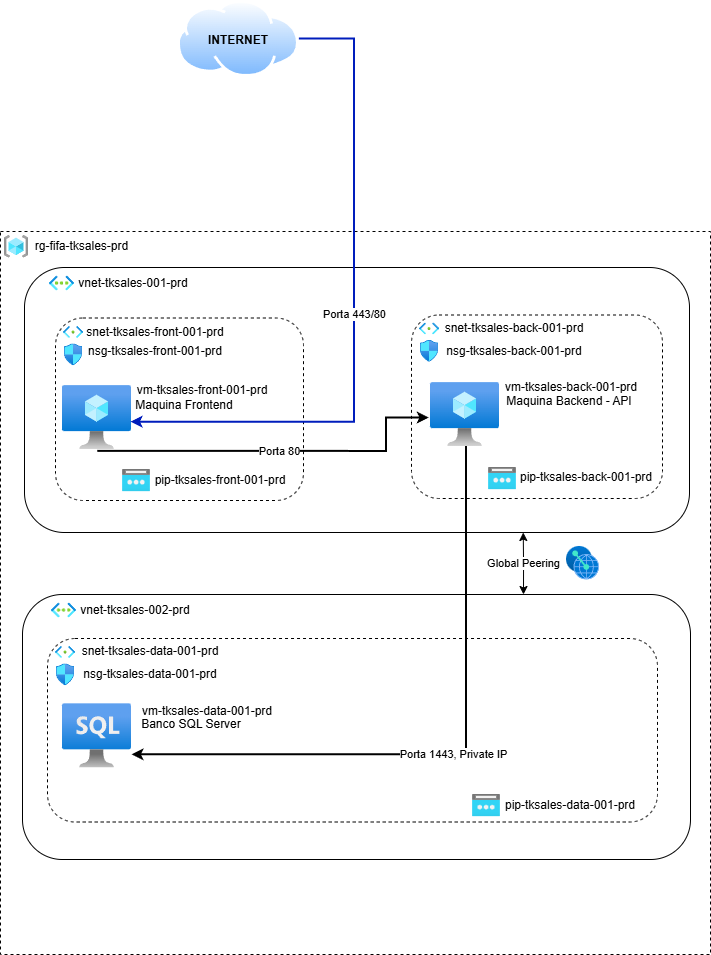
The draw.io diagram Arquitetura Projeto/Arquitetura Copa do Mundo Azure TFTEC 2026.drawio.png in Passos-Gabriel/Copa-Azure-TFTEC-2026, before a commit. Source tidied: cells renumbered, new cells last; positions are measured from the earlier drawing's top-left corner, leaving out a move shared by most shapes. The source it was exported from:
```xml
<mxGraphModel>
  <root>
    <mxCell id="0" />
    <mxCell id="1" parent="0" />
    <mxCell id="2" style="rounded=0;whiteSpace=wrap;html=1;dashed=1;fillColor=none;" parent="1" vertex="1">
      <mxGeometry y="231" width="710" height="723" as="geometry" />
    </mxCell>
    <mxCell id="3" style="rounded=1;whiteSpace=wrap;html=1;fillColor=none;" parent="1" vertex="1">
      <mxGeometry x="24" y="267" width="665" height="265" as="geometry" />
    </mxCell>
    <mxCell id="4" style="rounded=1;whiteSpace=wrap;html=1;dashed=1;fillColor=none;" parent="1" vertex="1">
      <mxGeometry x="55" y="317.5" width="248" height="182.5" as="geometry" />
    </mxCell>
    <mxCell id="5" style="image;html=1;align=center;fontSize=12;image=img/lib/azure2/networking/Subnet.svg;" parent="1" vertex="1">
      <mxGeometry x="63" y="326" width="20" height="12" as="geometry" />
    </mxCell>
    <mxCell id="6" style="image;html=1;align=center;fontSize=12;image=img/lib/azure2/general/Resource_Groups.svg;" parent="1" vertex="1">
      <mxGeometry x="4" y="235" width="24" height="22.6" as="geometry" />
    </mxCell>
    <mxCell id="7" value="rg-fifa-tksales-prd" style="text;html=1;whiteSpace=wrap;strokeColor=none;fillColor=none;align=center;verticalAlign=middle;rounded=0;" parent="1" vertex="1">
      <mxGeometry x="16" y="240.4" width="131" height="11.7" as="geometry" />
    </mxCell>
    <mxCell id="8" value="vnet-tksales-001-prd" style="text;html=1;whiteSpace=wrap;strokeColor=none;fillColor=none;align=center;verticalAlign=middle;rounded=0;" parent="1" vertex="1">
      <mxGeometry x="71" y="277.5" width="124" height="11" as="geometry" />
    </mxCell>
    <mxCell id="9" value="snet-tksales-front-001-prd" style="text;html=1;whiteSpace=wrap;strokeColor=none;fillColor=none;align=center;verticalAlign=middle;rounded=0;" parent="1" vertex="1">
      <mxGeometry x="83" y="326" width="144" height="11" as="geometry" />
    </mxCell>
    <mxCell id="10" style="rounded=1;whiteSpace=wrap;html=1;dashed=1;fillColor=none;" parent="1" vertex="1">
      <mxGeometry x="411" y="314.5" width="251" height="183.5" as="geometry" />
    </mxCell>
    <mxCell id="11" style="image;html=1;align=center;fontSize=12;image=img/lib/azure2/networking/Subnet.svg;" parent="1" vertex="1">
      <mxGeometry x="419" y="322.5" width="20" height="12" as="geometry" />
    </mxCell>
    <mxCell id="12" value="snet-tksales-back-001-prd" style="text;html=1;whiteSpace=wrap;strokeColor=none;fillColor=none;align=center;verticalAlign=middle;rounded=0;" parent="1" vertex="1">
      <mxGeometry x="442" y="322.5" width="144" height="11" as="geometry" />
    </mxCell>
    <mxCell id="13" style="image;html=1;points=[];align=center;fontSize=12;image=img/lib/azure2/compute/Virtual_Machine.svg;" parent="1" vertex="1">
      <mxGeometry x="62" y="385" width="69" height="64" as="geometry" />
    </mxCell>
    <mxCell id="14" style="image;html=1;points=[];align=center;fontSize=12;image=img/lib/azure2/compute/Virtual_Machine.svg;" parent="1" vertex="1">
      <mxGeometry x="430" y="382" width="69" height="64" as="geometry" />
    </mxCell>
    <mxCell id="15" value="vm-tksales-front-001-prd" style="text;html=1;whiteSpace=wrap;strokeColor=none;fillColor=none;align=center;verticalAlign=middle;rounded=0;" parent="1" vertex="1">
      <mxGeometry x="130" y="384" width="144" height="11" as="geometry" />
    </mxCell>
    <mxCell id="16" value="vm-tksales-back-001-prd" style="text;html=1;whiteSpace=wrap;strokeColor=none;fillColor=none;align=center;verticalAlign=middle;rounded=0;" parent="1" vertex="1">
      <mxGeometry x="499" y="382" width="144" height="11" as="geometry" />
    </mxCell>
    <mxCell id="17" value="&lt;font style=&quot;color: light-dark(rgb(0, 0, 0), rgb(255, 217, 102));&quot;&gt;Maquina Frontend&lt;/font&gt;" style="text;html=1;whiteSpace=wrap;strokeColor=none;fillColor=none;align=center;verticalAlign=middle;rounded=0;" parent="1" vertex="1">
      <mxGeometry x="112" y="399" width="144" height="11" as="geometry" />
    </mxCell>
    <mxCell id="18" value="&lt;font style=&quot;&quot;&gt;Maquina Backend - API&lt;/font&gt;" style="text;html=1;whiteSpace=wrap;strokeColor=none;fillColor=none;align=center;verticalAlign=middle;rounded=0;fontColor=light-dark(#000000,#B3FF66);" parent="1" vertex="1">
      <mxGeometry x="497" y="395" width="144" height="11" as="geometry" />
    </mxCell>
    <mxCell id="19" style="image;html=1;align=center;fontSize=12;image=img/lib/azure2/networking/Network_Security_Groups.svg;" parent="1" vertex="1">
      <mxGeometry x="64" y="343.5" width="18" height="21.9" as="geometry" />
    </mxCell>
    <mxCell id="20" value="nsg-tksales-front-001-prd" style="text;html=1;whiteSpace=wrap;strokeColor=none;fillColor=none;align=center;verticalAlign=middle;rounded=0;fontColor=light-dark(#000000,#FFFFCC);" parent="1" vertex="1">
      <mxGeometry x="83" y="345.9" width="144" height="11" as="geometry" />
    </mxCell>
    <mxCell id="21" value="nsg-tksales-back-001-prd" style="text;html=1;whiteSpace=wrap;strokeColor=none;fillColor=none;align=center;verticalAlign=middle;rounded=0;fontColor=light-dark(#000000,#FFFFCC);" parent="1" vertex="1">
      <mxGeometry x="442" y="345.4" width="144" height="11" as="geometry" />
    </mxCell>
    <mxCell id="22" style="image;html=1;align=center;fontSize=12;image=img/lib/azure2/networking/Network_Security_Groups.svg;" parent="1" vertex="1">
      <mxGeometry x="420" y="340" width="18" height="21.9" as="geometry" />
    </mxCell>
    <mxCell id="23" style="image;perimeter=ellipsePerimeter;html=1;align=center;shadow=0;dashed=0;spacingTop=3;image=img/lib/active_directory/internet_cloud.svg;" parent="1" vertex="1">
      <mxGeometry x="177" width="121.9" height="76.8" as="geometry" />
    </mxCell>
    <mxCell id="24" value="&lt;font style=&quot;color: light-dark(rgb(0, 0, 0), rgb(0, 0, 0));&quot;&gt;INTERNET&lt;/font&gt;" style="text;html=1;whiteSpace=wrap;strokeColor=none;fillColor=none;align=center;verticalAlign=middle;rounded=0;fontStyle=1;" parent="1" vertex="1">
      <mxGeometry x="207.9" y="25" width="60" height="30" as="geometry" />
    </mxCell>
    <mxCell id="25" value="Porta 443/80" style="edgeStyle=orthogonalEdgeStyle;rounded=0;jettySize=auto;html=1;exitX=1;exitY=0.5;exitDx=0;exitDy=0;entryX=0.993;entryY=0.573;entryDx=0;entryDy=0;entryPerimeter=0;fillColor=#0050ef;strokeColor=light-dark(#001DBC,#66B2FF);strokeWidth=2;fontColor=light-dark(#000000,#66B2FF);labelBackgroundColor=default;" parent="1" edge="1" source="23" target="13">
      <mxGeometry relative="1" as="geometry">
        <Array as="points">
          <mxPoint x="354" y="38" />
          <mxPoint x="354" y="422" />
        </Array>
      </mxGeometry>
    </mxCell>
    <mxCell id="26" value="Porta 80" style="edgeStyle=orthogonalEdgeStyle;rounded=0;jettySize=auto;html=1;entryX=-0.017;entryY=0.555;entryDx=0;entryDy=0;entryPerimeter=0;exitX=0.51;exitY=1.029;exitDx=0;exitDy=0;exitPerimeter=0;strokeColor=light-dark(#000000,#6E5EFF);strokeWidth=2;fontColor=light-dark(#000000,#6E5EFF);labelBackgroundColor=default;" parent="1" edge="1" source="13" target="14">
      <mxGeometry relative="1" as="geometry">
        <Array as="points">
          <mxPoint x="386" y="451" />
          <mxPoint x="386" y="418" />
        </Array>
      </mxGeometry>
    </mxCell>
    <mxCell id="27" style="image;html=1;align=center;fontSize=12;image=img/lib/azure2/networking/Public_IP_Addresses.svg;" parent="1" vertex="1">
      <mxGeometry x="122" y="469" width="28" height="22.4" as="geometry" />
    </mxCell>
    <mxCell id="28" value="pip-tksales-front-001-prd" style="text;html=1;whiteSpace=wrap;strokeColor=none;fillColor=none;align=center;verticalAlign=middle;rounded=0;" parent="1" vertex="1">
      <mxGeometry x="150" y="474" width="140" height="11" as="geometry" />
    </mxCell>
    <mxCell id="29" style="image;html=1;align=center;fontSize=12;image=img/lib/azure2/networking/Public_IP_Addresses.svg;" parent="1" vertex="1">
      <mxGeometry x="488" y="467" width="28" height="22.4" as="geometry" />
    </mxCell>
    <mxCell id="30" value="pip-tksales-back-001-prd" style="text;html=1;whiteSpace=wrap;strokeColor=none;fillColor=none;align=center;verticalAlign=middle;rounded=0;" parent="1" vertex="1">
      <mxGeometry x="516" y="472" width="140" height="11" as="geometry" />
    </mxCell>
    <mxCell id="31" style="image;html=1;align=center;fontSize=12;image=img/lib/azure2/networking/Virtual_Networks.svg;" parent="1" vertex="1">
      <mxGeometry x="49" y="275.5" width="25" height="14.9" as="geometry" />
    </mxCell>
    <mxCell id="32" value="Global Peering" style="edgeStyle=orthogonalEdgeStyle;rounded=0;jettySize=auto;html=1;exitX=0.75;exitY=0;exitDx=0;exitDy=0;entryX=0.75;entryY=1;entryDx=0;entryDy=0;startArrow=classic;startFill=1;" parent="1" edge="1" source="33" target="3">
      <mxGeometry relative="1" as="geometry" />
    </mxCell>
    <mxCell id="33" style="rounded=1;whiteSpace=wrap;html=1;fillColor=none;" parent="1" vertex="1">
      <mxGeometry x="22" y="594" width="668" height="265" as="geometry" />
    </mxCell>
    <mxCell id="34" value="vnet-tksales-002-prd" style="text;html=1;whiteSpace=wrap;strokeColor=none;fillColor=none;align=center;verticalAlign=middle;rounded=0;" parent="1" vertex="1">
      <mxGeometry x="73" y="604.5" width="124" height="11" as="geometry" />
    </mxCell>
    <mxCell id="35" style="image;html=1;align=center;fontSize=12;image=img/lib/azure2/networking/Virtual_Networks.svg;" parent="1" vertex="1">
      <mxGeometry x="51" y="602.5" width="25" height="14.9" as="geometry" />
    </mxCell>
    <mxCell id="36" style="rounded=1;whiteSpace=wrap;html=1;dashed=1;fillColor=none;" parent="1" vertex="1">
      <mxGeometry x="47" y="638" width="610" height="183.5" as="geometry" />
    </mxCell>
    <mxCell id="37" style="image;html=1;align=center;fontSize=12;image=img/lib/azure2/networking/Subnet.svg;" parent="1" vertex="1">
      <mxGeometry x="55" y="646" width="20" height="12" as="geometry" />
    </mxCell>
    <mxCell id="38" value="snet-tksales-data-001-prd" style="text;html=1;whiteSpace=wrap;strokeColor=none;fillColor=none;align=center;verticalAlign=middle;rounded=0;" parent="1" vertex="1">
      <mxGeometry x="78" y="646" width="144" height="11" as="geometry" />
    </mxCell>
    <mxCell id="39" value="vm-tksales-data-001-prd" style="text;html=1;whiteSpace=wrap;strokeColor=none;fillColor=none;align=center;verticalAlign=middle;rounded=0;" parent="1" vertex="1">
      <mxGeometry x="135" y="705.5" width="144" height="11" as="geometry" />
    </mxCell>
    <mxCell id="40" value="&lt;font style=&quot;&quot;&gt;Banco SQL Server&lt;/font&gt;" style="text;html=1;whiteSpace=wrap;strokeColor=none;fillColor=none;align=center;verticalAlign=middle;rounded=0;fontColor=light-dark(#000000,#FFB366);" parent="1" vertex="1">
      <mxGeometry x="118.9" y="718" width="144" height="11" as="geometry" />
    </mxCell>
    <mxCell id="41" value="nsg-tksales-data-001-prd" style="text;html=1;whiteSpace=wrap;strokeColor=none;fillColor=none;align=center;verticalAlign=middle;rounded=0;fontColor=light-dark(#000000,#FFFFCC);" parent="1" vertex="1">
      <mxGeometry x="78" y="668.9" width="144" height="11" as="geometry" />
    </mxCell>
    <mxCell id="42" style="image;html=1;align=center;fontSize=12;image=img/lib/azure2/networking/Network_Security_Groups.svg;" parent="1" vertex="1">
      <mxGeometry x="56" y="663.5" width="18" height="21.9" as="geometry" />
    </mxCell>
    <mxCell id="43" style="image;html=1;align=center;fontSize=12;image=img/lib/azure2/networking/Public_IP_Addresses.svg;" parent="1" vertex="1">
      <mxGeometry x="472" y="794" width="28" height="22.4" as="geometry" />
    </mxCell>
    <mxCell id="44" value="pip-tksales-data-001-prd" style="text;html=1;whiteSpace=wrap;strokeColor=none;fillColor=none;align=center;verticalAlign=middle;rounded=0;" parent="1" vertex="1">
      <mxGeometry x="500" y="799" width="140" height="11" as="geometry" />
    </mxCell>
    <mxCell id="45" style="image;html=1;points=[];align=center;fontSize=12;image=img/lib/azure2/databases/Azure_SQL_VM.svg;" parent="1" vertex="1">
      <mxGeometry x="62" y="703" width="69" height="64.7" as="geometry" />
    </mxCell>
    <mxCell id="46" style="image;html=1;align=center;fontSize=12;image=img/lib/azure2/other/Peering_Service.svg;" parent="1" vertex="1">
      <mxGeometry x="566" y="546" width="33" height="33.5" as="geometry" />
    </mxCell>
    <mxCell id="47" value="Porta 1443, Private IP" style="edgeStyle=orthogonalEdgeStyle;rounded=0;jettySize=auto;html=1;entryX=1.007;entryY=0.793;entryDx=0;entryDy=0;entryPerimeter=0;fontColor=light-dark(#000000,#FF3333);strokeWidth=2;strokeColor=light-dark(#000000,#FF3333);" parent="1" edge="1" source="14" target="45">
      <mxGeometry relative="1" as="geometry">
        <Array as="points">
          <mxPoint x="466" y="754" />
        </Array>
      </mxGeometry>
    </mxCell>
  </root>
</mxGraphModel>
```
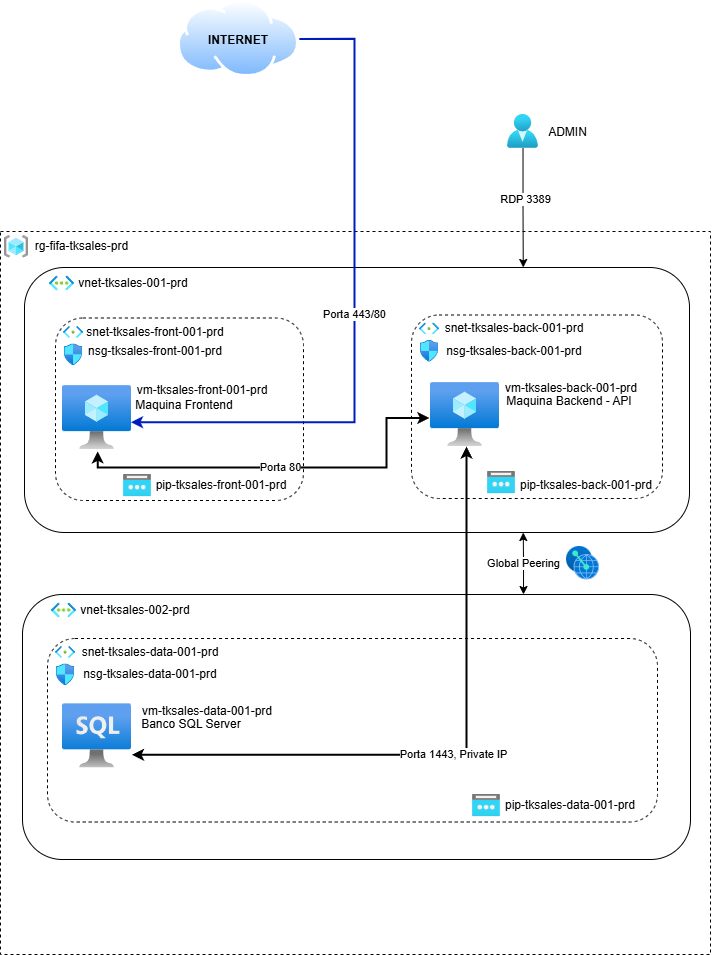
Above is the later version.

The edit, as a diff of the source:
```diff
@@ -79,25 +79,26 @@
         </Array>
       </mxGeometry>
     </mxCell>
-    <mxCell id="26" value="Porta 80" style="edgeStyle=orthogonalEdgeStyle;rounded=0;jettySize=auto;html=1;entryX=-0.017;entryY=0.555;entryDx=0;entryDy=0;entryPerimeter=0;exitX=0.51;exitY=1.029;exitDx=0;exitDy=0;exitPerimeter=0;strokeColor=light-dark(#000000,#6E5EFF);strokeWidth=2;fontColor=light-dark(#000000,#6E5EFF);labelBackgroundColor=default;" parent="1" edge="1" source="13" target="14">
+    <mxCell id="26" value="Porta 80" style="edgeStyle=orthogonalEdgeStyle;rounded=0;jettySize=auto;html=1;entryX=-0.017;entryY=0.555;entryDx=0;entryDy=0;entryPerimeter=0;exitX=0.51;exitY=1.029;exitDx=0;exitDy=0;exitPerimeter=0;strokeColor=light-dark(#000000,#6E5EFF);strokeWidth=2;fontColor=light-dark(#000000,#6E5EFF);labelBackgroundColor=default;startArrow=classic;startFill=1;" parent="1" edge="1" source="13" target="14">
       <mxGeometry relative="1" as="geometry">
         <Array as="points">
-          <mxPoint x="386" y="451" />
-          <mxPoint x="386" y="418" />
+          <mxPoint x="97" y="467" />
+          <mxPoint x="386" y="467" />
+          <mxPoint x="386" y="417" />
         </Array>
       </mxGeometry>
     </mxCell>
     <mxCell id="27" style="image;html=1;align=center;fontSize=12;image=img/lib/azure2/networking/Public_IP_Addresses.svg;" parent="1" vertex="1">
-      <mxGeometry x="122" y="469" width="28" height="22.4" as="geometry" />
+      <mxGeometry x="123" y="474" width="28" height="22.4" as="geometry" />
     </mxCell>
     <mxCell id="28" value="pip-tksales-front-001-prd" style="text;html=1;whiteSpace=wrap;strokeColor=none;fillColor=none;align=center;verticalAlign=middle;rounded=0;" parent="1" vertex="1">
-      <mxGeometry x="150" y="474" width="140" height="11" as="geometry" />
+      <mxGeometry x="151" y="479" width="140" height="11" as="geometry" />
     </mxCell>
     <mxCell id="29" style="image;html=1;align=center;fontSize=12;image=img/lib/azure2/networking/Public_IP_Addresses.svg;" parent="1" vertex="1">
-      <mxGeometry x="488" y="467" width="28" height="22.4" as="geometry" />
+      <mxGeometry x="487" y="471" width="28" height="22.4" as="geometry" />
     </mxCell>
     <mxCell id="30" value="pip-tksales-back-001-prd" style="text;html=1;whiteSpace=wrap;strokeColor=none;fillColor=none;align=center;verticalAlign=middle;rounded=0;" parent="1" vertex="1">
-      <mxGeometry x="516" y="472" width="140" height="11" as="geometry" />
+      <mxGeometry x="516" y="479" width="140" height="11" as="geometry" />
     </mxCell>
     <mxCell id="31" style="image;html=1;align=center;fontSize=12;image=img/lib/azure2/networking/Virtual_Networks.svg;" parent="1" vertex="1">
       <mxGeometry x="49" y="275.5" width="25" height="14.9" as="geometry" />
@@ -147,12 +148,24 @@
     <mxCell id="46" style="image;html=1;align=center;fontSize=12;image=img/lib/azure2/other/Peering_Service.svg;" parent="1" vertex="1">
       <mxGeometry x="566" y="546" width="33" height="33.5" as="geometry" />
     </mxCell>
-    <mxCell id="47" value="Porta 1443, Private IP" style="edgeStyle=orthogonalEdgeStyle;rounded=0;jettySize=auto;html=1;entryX=1.007;entryY=0.793;entryDx=0;entryDy=0;entryPerimeter=0;fontColor=light-dark(#000000,#FF3333);strokeWidth=2;strokeColor=light-dark(#000000,#FF3333);" parent="1" edge="1" source="14" target="45">
+    <mxCell id="47" value="Porta 1443, Private IP" style="edgeStyle=orthogonalEdgeStyle;rounded=0;jettySize=auto;html=1;entryX=1.007;entryY=0.793;entryDx=0;entryDy=0;entryPerimeter=0;fontColor=light-dark(#000000,#FF3333);strokeWidth=2;strokeColor=light-dark(#000000,#FF3333);startArrow=classic;startFill=1;" parent="1" edge="1" source="14" target="45">
       <mxGeometry relative="1" as="geometry">
         <Array as="points">
           <mxPoint x="466" y="754" />
         </Array>
       </mxGeometry>
     </mxCell>
+    <mxCell id="48" style="edgeStyle=orthogonalEdgeStyle;rounded=0;jettySize=auto;html=1;entryX=0.75;entryY=0;entryDx=0;entryDy=0;" parent="1" edge="1" source="50" target="3">
+      <mxGeometry relative="1" as="geometry" />
+    </mxCell>
+    <mxCell id="49" value="RDP 3389" style="edgeLabel;html=1;align=center;verticalAlign=middle;" parent="48" vertex="1">
+      <mxGeometry x="-0.16" y="2" relative="1" as="geometry" />
+    </mxCell>
+    <mxCell id="50" style="image;html=1;points=[];align=center;fontSize=12;image=img/lib/azure2/identity/Users.svg;" parent="1" vertex="1">
+      <mxGeometry x="507" y="114" width="31" height="33.9" as="geometry" />
+    </mxCell>
+    <mxCell id="51" value="ADMIN" style="text;html=1;whiteSpace=wrap;strokeColor=none;fillColor=none;align=center;verticalAlign=middle;rounded=0;" parent="1" vertex="1">
+      <mxGeometry x="545" y="126" width="45" height="11.7" as="geometry" />
+    </mxCell>
   </root>
 </mxGraphModel>
```
